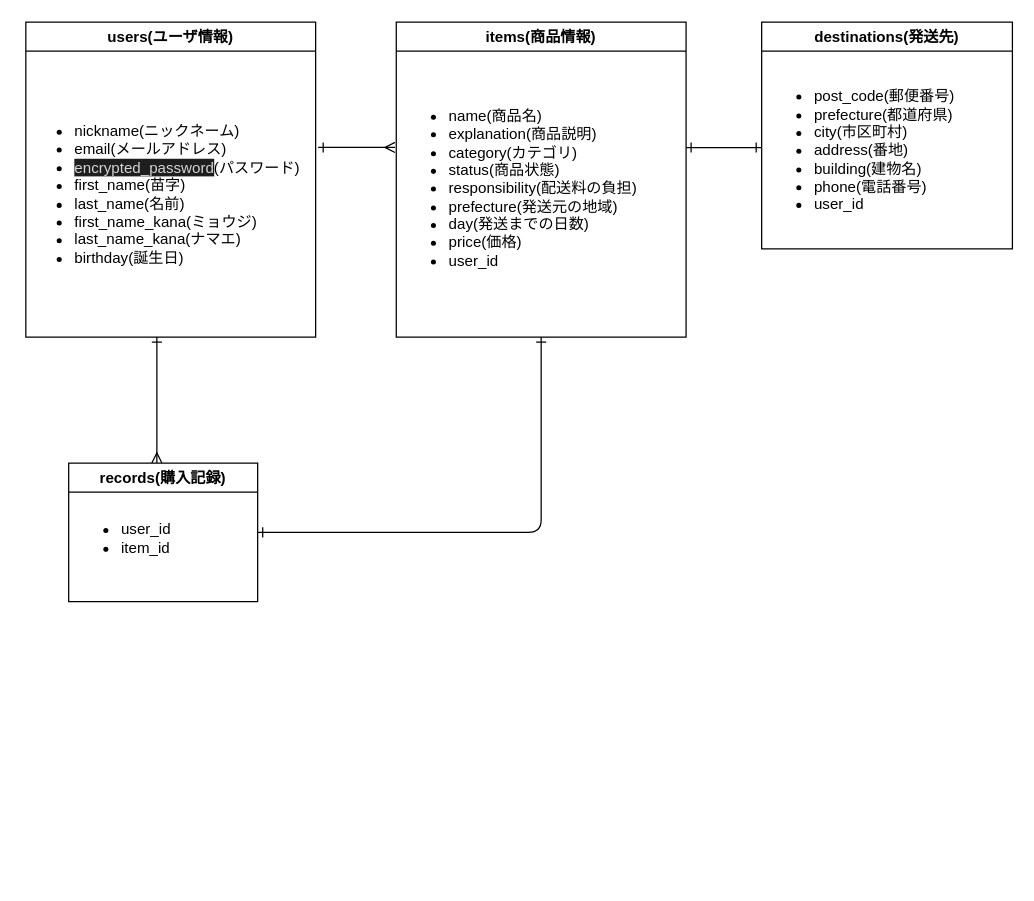
naoya1215/furima-37272 keeps this draw.io diagram as test.dio. Above is the earlier version. Source tidied: cells renumbered, new cells numbered last; positions are measured from the earlier drawing's top-left corner, leaving out a move shared by most shapes. Both pictures are drawn from the tidied source at 126%, with x=0, y=0 at pixel (21, 21).
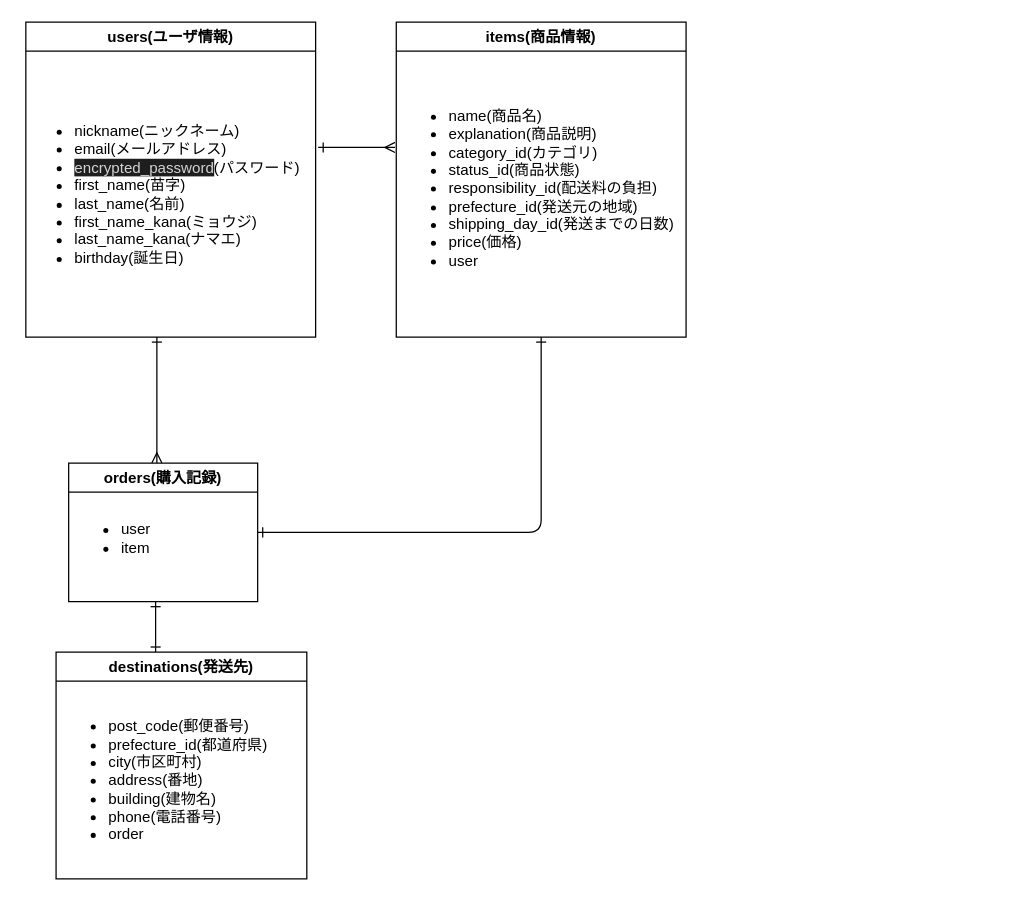
The same diagram, later.

Change to the diagram source:
```diff
@@
 <mxGraphModel>
   <root>
     <mxCell id="0" />
     <mxCell id="1" parent="0" />
     <mxCell id="2" value="users(ユーザ情報)" style="swimlane;" parent="1" vertex="1">
       <mxGeometry x="3" width="230" height="250" as="geometry" />
     </mxCell>
     <mxCell id="3" value="&lt;ul&gt;&lt;li&gt;nickname(ニックネーム)&lt;/li&gt;&lt;li&gt;email(メールアドレス)&lt;/li&gt;&lt;li&gt;&lt;span style=&quot;background-color: rgb(30 , 30 , 30) ; color: rgb(212 , 212 , 212)&quot;&gt;encrypted_password&lt;/span&gt;(パスワード)&lt;/li&gt;&lt;li&gt;first_name(苗字)&lt;/li&gt;&lt;li&gt;last_name(名前)&lt;/li&gt;&lt;li&gt;first_name_kana(ミョウジ)&lt;/li&gt;&lt;li&gt;last_name_kana(ナマエ)&lt;/li&gt;&lt;li&gt;birthday(誕生日)&lt;/li&gt;&lt;/ul&gt;" style="text;strokeColor=none;fillColor=none;html=1;whiteSpace=wrap;verticalAlign=middle;overflow=hidden;" parent="2" vertex="1">
       <mxGeometry x="-3" y="23" width="230" height="227" as="geometry" />
     </mxCell>
     <mxCell id="4" value="items(商品情報)" style="swimlane;fillColor=none;" parent="1" vertex="1">
       <mxGeometry x="297" width="230" height="250" as="geometry" />
     </mxCell>
-    <mxCell id="5" value="&lt;ul&gt;&lt;li&gt;name(商品名)&lt;/li&gt;&lt;li&gt;explanation(商品説明)&lt;br&gt;&lt;/li&gt;&lt;li&gt;category(カテゴリ)&lt;br&gt;&lt;/li&gt;&lt;li&gt;status(商品状態)&lt;/li&gt;&lt;li&gt;responsibility(配送料の負担)&lt;/li&gt;&lt;li&gt;prefecture(発送元の地域)&lt;/li&gt;&lt;li&gt;day(発送までの日数)&lt;/li&gt;&lt;li&gt;price(価格)&lt;/li&gt;&lt;li&gt;user_id&lt;/li&gt;&lt;/ul&gt;" style="text;strokeColor=none;fillColor=none;html=1;whiteSpace=wrap;verticalAlign=middle;overflow=hidden;" parent="4" vertex="1">
+    <mxCell id="5" value="&lt;ul&gt;&lt;li&gt;name(商品名)&lt;/li&gt;&lt;li&gt;explanation(商品説明)&lt;br&gt;&lt;/li&gt;&lt;li&gt;category_id(カテゴリ)&lt;br&gt;&lt;/li&gt;&lt;li&gt;status_id(商品状態)&lt;/li&gt;&lt;li&gt;responsibility_id(配送料の負担)&lt;/li&gt;&lt;li&gt;prefecture_id(発送元の地域)&lt;/li&gt;&lt;li&gt;shipping_day_id(発送までの日数)&lt;/li&gt;&lt;li&gt;price(価格)&lt;/li&gt;&lt;li&gt;user&lt;/li&gt;&lt;/ul&gt;" style="text;strokeColor=none;fillColor=none;html=1;whiteSpace=wrap;verticalAlign=middle;overflow=hidden;" parent="4" vertex="1">
       <mxGeometry y="23" width="230" height="217" as="geometry" />
     </mxCell>
-    <mxCell id="6" value="records(購入記録)" style="swimlane;fillColor=none;" parent="1" vertex="1">
+    <mxCell id="6" value="orders(購入記録)" style="swimlane;fillColor=none;" parent="1" vertex="1">
       <mxGeometry x="37" y="350" width="150" height="110" as="geometry" />
     </mxCell>
-    <mxCell id="7" value="&lt;ul&gt;&lt;li&gt;&lt;span&gt;user_id&lt;/span&gt;&lt;br&gt;&lt;/li&gt;&lt;li&gt;item_id&lt;/li&gt;&lt;/ul&gt;" style="text;strokeColor=none;fillColor=none;html=1;whiteSpace=wrap;verticalAlign=middle;overflow=hidden;" parent="6" vertex="1">
+    <mxCell id="7" value="&lt;ul&gt;&lt;li&gt;&lt;span&gt;user&lt;/span&gt;&lt;br&gt;&lt;/li&gt;&lt;li&gt;item&lt;/li&gt;&lt;/ul&gt;" style="text;strokeColor=none;fillColor=none;html=1;whiteSpace=wrap;verticalAlign=middle;overflow=hidden;" parent="6" vertex="1">
       <mxGeometry y="21.5" width="140" height="77" as="geometry" />
     </mxCell>
     <mxCell id="8" value="destinations(発送先)" style="swimlane;fillColor=none;startSize=23;" parent="1" vertex="1">
-      <mxGeometry x="587" width="199" height="180" as="geometry" />
+      <mxGeometry x="27" y="500" width="199" height="180" as="geometry" />
     </mxCell>
-    <mxCell id="9" value="&lt;ul&gt;&lt;li&gt;post_code(郵便番号)&lt;/li&gt;&lt;li&gt;prefecture(都道府県)&lt;br&gt;&lt;/li&gt;&lt;li&gt;city(市区町村)&lt;/li&gt;&lt;li&gt;address(番地)&lt;/li&gt;&lt;li&gt;building(建物名)&lt;/li&gt;&lt;li&gt;phone(電話番号)&lt;/li&gt;&lt;li&gt;user_id&lt;/li&gt;&lt;/ul&gt;" style="text;strokeColor=none;fillColor=none;html=1;whiteSpace=wrap;verticalAlign=middle;overflow=hidden;" parent="8" vertex="1">
+    <mxCell id="9" value="&lt;ul&gt;&lt;li&gt;post_code(郵便番号)&lt;/li&gt;&lt;li&gt;prefecture_id(都道府県)&lt;br&gt;&lt;/li&gt;&lt;li&gt;city(市区町村)&lt;/li&gt;&lt;li&gt;address(番地)&lt;/li&gt;&lt;li&gt;building(建物名)&lt;/li&gt;&lt;li&gt;phone(電話番号)&lt;/li&gt;&lt;li&gt;order&lt;/li&gt;&lt;/ul&gt;" style="text;strokeColor=none;fillColor=none;html=1;whiteSpace=wrap;verticalAlign=middle;overflow=hidden;" parent="8" vertex="1">
       <mxGeometry y="23" width="180" height="157" as="geometry" />
     </mxCell>
     <mxCell id="10" style="edgeStyle=none;html=1;entryX=1.013;entryY=0.357;entryDx=0;entryDy=0;endArrow=ERone;endFill=0;startArrow=ERmany;startFill=0;entryPerimeter=0;" parent="1" edge="1">
       <mxGeometry relative="1" as="geometry">
         <mxPoint x="296" y="99.5" as="sourcePoint" />
         <mxPoint x="235" y="99.5" as="targetPoint" />
       </mxGeometry>
     </mxCell>
     <mxCell id="11" style="edgeStyle=none;html=1;endArrow=ERone;endFill=0;startArrow=ERmany;startFill=0;exitX=0.426;exitY=0;exitDx=0;exitDy=0;exitPerimeter=0;" parent="1" edge="1">
       <mxGeometry relative="1" as="geometry">
         <mxPoint x="107" y="350" as="sourcePoint" />
         <mxPoint x="107" y="250" as="targetPoint" />
       </mxGeometry>
     </mxCell>
     <mxCell id="12" style="edgeStyle=none;html=1;endArrow=ERone;endFill=0;startArrow=ERone;startFill=0;exitX=1;exitY=0.5;exitDx=0;exitDy=0;entryX=0.5;entryY=1;entryDx=0;entryDy=0;" parent="1" edge="1" source="6" target="4">
       <mxGeometry relative="1" as="geometry">
         <Array as="points">
           <mxPoint x="412" y="405" />
         </Array>
       </mxGeometry>
     </mxCell>
-    <mxCell id="13" style="edgeStyle=none;html=1;endArrow=ERone;endFill=0;startArrow=ERone;startFill=0;exitX=-0.002;exitY=0.488;exitDx=0;exitDy=0;entryX=1;entryY=0.353;entryDx=0;entryDy=0;entryPerimeter=0;exitPerimeter=0;" parent="1" edge="1" source="9" target="5">
-      <mxGeometry relative="1" as="geometry" />
+    <mxCell id="13" style="edgeStyle=none;html=1;endArrow=ERone;endFill=0;startArrow=ERone;startFill=0;" parent="1" edge="1">
+      <mxGeometry relative="1" as="geometry">
+        <mxPoint x="106" y="500" as="sourcePoint" />
+        <mxPoint x="106" y="460" as="targetPoint" />
+        <Array as="points">
+          <mxPoint x="106" y="480" />
+        </Array>
+      </mxGeometry>
     </mxCell>
   </root>
 </mxGraphModel>
```
